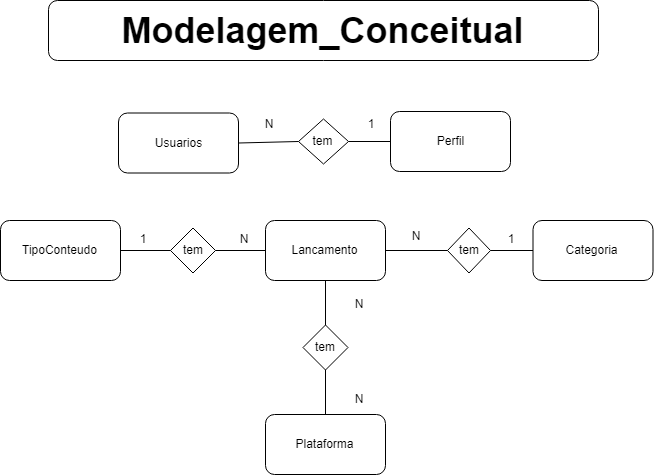
Above: OPFLIX/Modelagem/T_Diagrama_Conceitual.png in amador2014/2s2019-sprint-1-bd (draw.io), before the change. Source tidied: cells renumbered, new cells last; positions are measured from the earlier drawing's top-left corner, leaving out a move shared by most shapes.
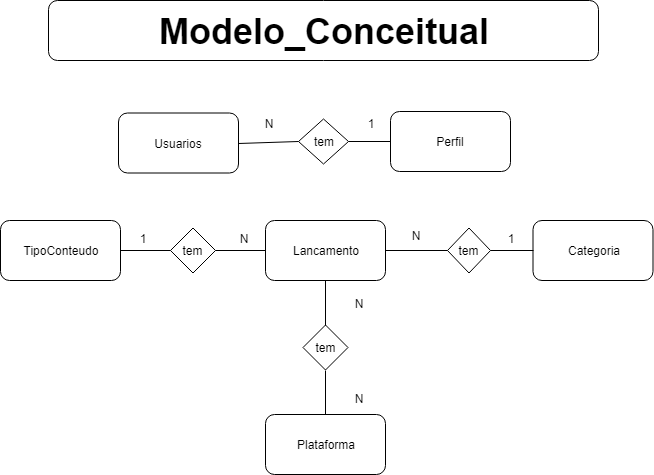
After the change.

The edit, as a diff of the source:
```diff
@@ -2,7 +2,7 @@
   <root>
     <mxCell id="0" />
     <mxCell id="1" parent="0" />
-    <mxCell id="2" value="&lt;b&gt;&lt;font style=&quot;font-size: 36px&quot;&gt;Modelagem_Conceitual&lt;/font&gt;&lt;/b&gt;" style="rounded=1;whiteSpace=wrap;html=1;" parent="1" vertex="1">
+    <mxCell id="2" value="&lt;b&gt;&lt;font style=&quot;font-size: 36px&quot;&gt;Modelo_Conceitual&lt;/font&gt;&lt;/b&gt;" style="rounded=1;whiteSpace=wrap;html=1;" parent="1" vertex="1">
       <mxGeometry x="48" width="550" height="60" as="geometry" />
     </mxCell>
     <mxCell id="3" value="Lancamento" style="rounded=1;whiteSpace=wrap;html=1;" parent="1" vertex="1">
```
